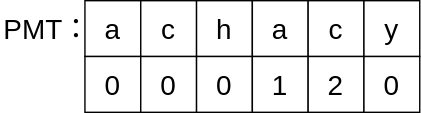
Earlier version of the draw.io export img/KMP流程_1.svg (trophate/development-note). Source tidied: cells renumbered, new cells last; positions are measured from the earlier drawing's top-left corner, leaving out a move shared by most shapes.
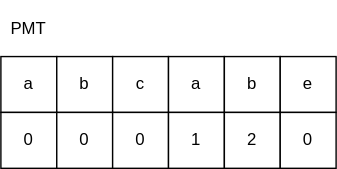
Later version of the same file.

Diff of the diagram source:
```diff
@@ -2,47 +2,44 @@
   <root>
     <mxCell id="0" />
     <mxCell id="1" parent="0" />
-    <mxCell id="2" value="&lt;font style=&quot;font-size: 20px;&quot;&gt;PMT：&lt;/font&gt;" style="text;html=1;strokeColor=none;fillColor=none;align=left;verticalAlign=middle;whiteSpace=wrap;rounded=0;fontSize=20;" parent="1" vertex="1">
-      <mxGeometry width="70" height="40" as="geometry" />
-    </mxCell>
-    <mxCell id="3" style="group;fontSize=20;" parent="1" vertex="1">
-      <mxGeometry x="60" width="240" height="80" as="geometry" />
-    </mxCell>
-    <mxCell id="4" value="&lt;font style=&quot;font-size: 20px;&quot;&gt;a&lt;/font&gt;" style="rounded=0;whiteSpace=wrap;html=1;fontSize=20;" parent="3" vertex="1">
-      <mxGeometry width="40" height="40" as="geometry" />
-    </mxCell>
-    <mxCell id="5" value="c" style="rounded=0;whiteSpace=wrap;html=1;fontSize=20;" parent="3" vertex="1">
-      <mxGeometry x="40" width="40" height="40" as="geometry" />
-    </mxCell>
-    <mxCell id="6" value="h" style="rounded=0;whiteSpace=wrap;html=1;fontSize=20;" parent="3" vertex="1">
-      <mxGeometry x="80" width="40" height="40" as="geometry" />
-    </mxCell>
-    <mxCell id="7" value="a" style="rounded=0;whiteSpace=wrap;html=1;fontSize=20;" parent="3" vertex="1">
-      <mxGeometry x="120" width="40" height="40" as="geometry" />
-    </mxCell>
-    <mxCell id="8" value="c" style="rounded=0;whiteSpace=wrap;html=1;fontSize=20;" parent="3" vertex="1">
-      <mxGeometry x="160" width="40" height="40" as="geometry" />
-    </mxCell>
-    <mxCell id="9" value="y" style="rounded=0;whiteSpace=wrap;html=1;fontSize=20;" parent="3" vertex="1">
-      <mxGeometry x="200" width="40" height="40" as="geometry" />
-    </mxCell>
-    <mxCell id="10" value="0" style="rounded=0;whiteSpace=wrap;html=1;fontSize=20;" parent="3" vertex="1">
-      <mxGeometry y="40" width="40" height="40" as="geometry" />
-    </mxCell>
-    <mxCell id="11" value="0" style="rounded=0;whiteSpace=wrap;html=1;fontSize=20;" parent="3" vertex="1">
-      <mxGeometry x="40" y="40" width="40" height="40" as="geometry" />
-    </mxCell>
-    <mxCell id="12" value="0" style="rounded=0;whiteSpace=wrap;html=1;fontSize=20;" parent="3" vertex="1">
-      <mxGeometry x="80" y="40" width="40" height="40" as="geometry" />
-    </mxCell>
+    <mxCell id="16" value="a" style="whiteSpace=wrap;html=1;" parent="1" vertex="1">
+      <mxGeometry x="80" y="-1160" width="40" height="40" as="geometry" />
+    </mxCell>
+    <mxCell id="17" value="b" style="whiteSpace=wrap;html=1;" parent="1" vertex="1">
+      <mxGeometry x="120" y="-1160" width="40" height="40" as="geometry" />
+    </mxCell>
+    <mxCell id="18" value="c" style="whiteSpace=wrap;html=1;" parent="1" vertex="1">
+      <mxGeometry x="160" y="-1160" width="40" height="40" as="geometry" />
+    </mxCell>
+    <mxCell id="19" value="a" style="whiteSpace=wrap;html=1;" parent="1" vertex="1">
+      <mxGeometry x="200" y="-1160" width="40" height="40" as="geometry" />
+    </mxCell>
+    <mxCell id="20" value="b" style="whiteSpace=wrap;html=1;" parent="1" vertex="1">
+      <mxGeometry x="240" y="-1160" width="40" height="40" as="geometry" />
+    </mxCell>
+    <mxCell id="21" value="e" style="whiteSpace=wrap;html=1;" parent="1" vertex="1">
+      <mxGeometry x="280" y="-1160" width="40" height="40" as="geometry" />
+    </mxCell>
+    <mxCell id="22" value="0" style="whiteSpace=wrap;html=1;" parent="1" vertex="1">
+      <mxGeometry x="80" y="-1120" width="40" height="40" as="geometry" />
+    </mxCell>
+    <mxCell id="23" value="0" style="whiteSpace=wrap;html=1;" parent="1" vertex="1">
+      <mxGeometry x="120" y="-1120" width="40" height="40" as="geometry" />
+    </mxCell>
+    <mxCell id="24" value="0" style="whiteSpace=wrap;html=1;" parent="1" vertex="1">
+      <mxGeometry x="160" y="-1120" width="40" height="40" as="geometry" />
+    </mxCell>
-    <mxCell id="13" value="1" style="rounded=0;whiteSpace=wrap;html=1;fontSize=20;" parent="3" vertex="1">
-      <mxGeometry x="120" y="40" width="40" height="40" as="geometry" />
+    <mxCell id="13" value="1" style="whiteSpace=wrap;html=1;" parent="1" vertex="1">
+      <mxGeometry x="200" y="-1120" width="40" height="40" as="geometry" />
     </mxCell>
-    <mxCell id="14" value="2" style="rounded=0;whiteSpace=wrap;html=1;fontSize=20;" parent="3" vertex="1">
-      <mxGeometry x="160" y="40" width="40" height="40" as="geometry" />
+    <mxCell id="14" value="2" style="whiteSpace=wrap;html=1;" parent="1" vertex="1">
+      <mxGeometry x="240" y="-1120" width="40" height="40" as="geometry" />
     </mxCell>
-    <mxCell id="15" value="0" style="rounded=0;whiteSpace=wrap;html=1;fontSize=20;" parent="3" vertex="1">
-      <mxGeometry x="200" y="40" width="40" height="40" as="geometry" />
-    </mxCell>
+    <mxCell id="25" value="0" style="whiteSpace=wrap;html=1;" parent="1" vertex="1">
+      <mxGeometry x="280" y="-1120" width="40" height="40" as="geometry" />
+    </mxCell>
+    <mxCell id="26" value="PMT" style="text;html=1;strokeColor=none;fillColor=none;align=center;verticalAlign=middle;whiteSpace=wrap;rounded=0;" parent="1" vertex="1">
+      <mxGeometry x="80" y="-1200" width="40" height="40" as="geometry" />
+    </mxCell>
   </root>
 </mxGraphModel>
```
